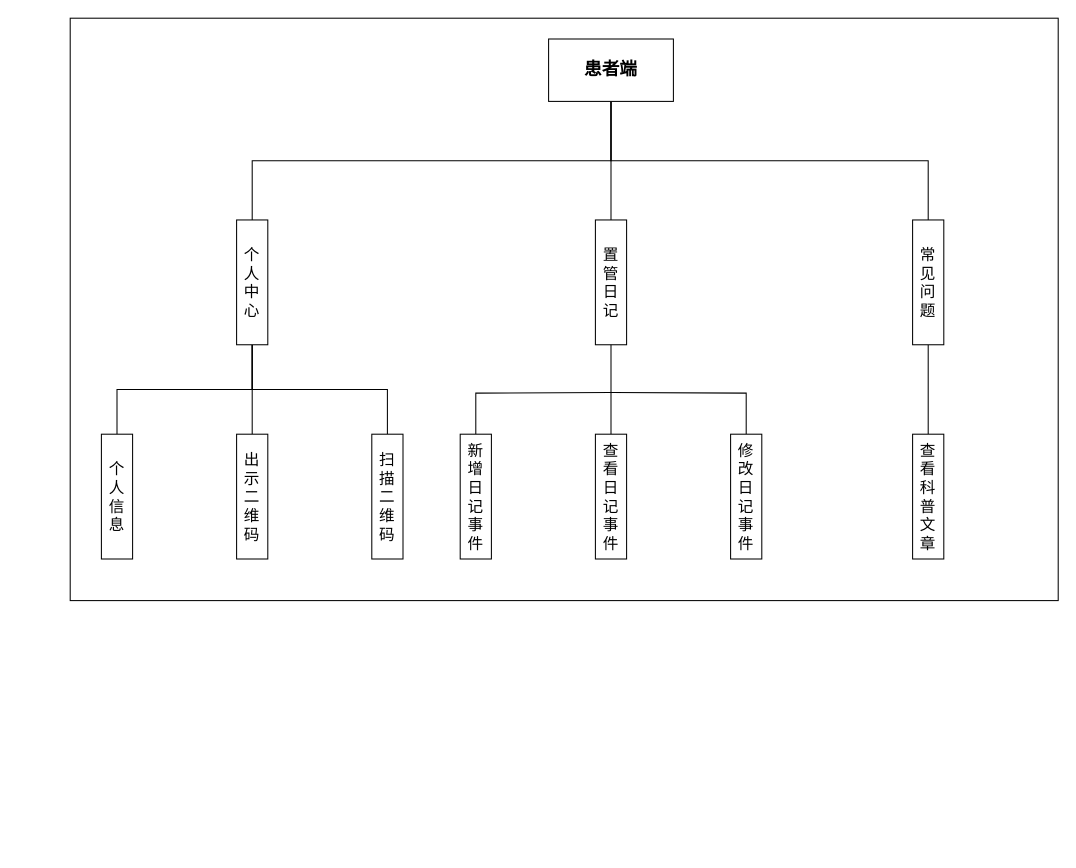
Earlier version of the draw.io diagram 功能图2.drawio (ssssszj/Drawio). Source tidied: cells renumbered, new cells numbered last; positions are measured from the earlier drawing's top-left corner, leaving out a move shared by most shapes. Both pictures are drawn from the tidied source at 104%, with x=0, y=0 at pixel (70, 18).
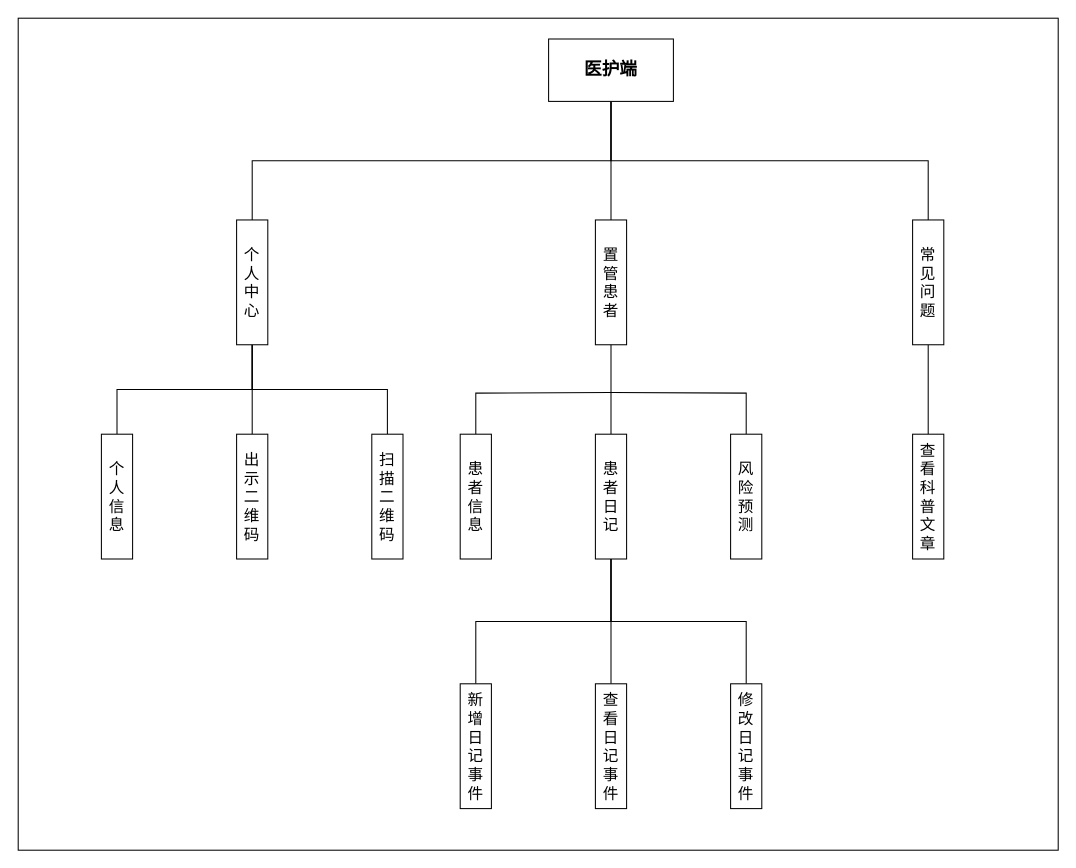
The same diagram, later.

Commit message:
更新功能图2.drawio

What changed in the source:
```diff
@@
     <mxCell id="2" style="rounded=0;whiteSpace=wrap;html=1;strokeColor=default;" parent="1" vertex="1">
-      <mxGeometry width="950" height="560" as="geometry" />
+      <mxGeometry x="-50" width="1000" height="800" as="geometry" />
     </mxCell>
@@
-    <mxCell id="6" value="&lt;font style=&quot;font-size: 17px;&quot;&gt;&lt;b&gt;患者端&lt;/b&gt;&lt;/font&gt;" style="rounded=0;whiteSpace=wrap;html=1;" parent="1" vertex="1">
+    <mxCell id="6" value="&lt;font style=&quot;font-size: 17px;&quot;&gt;&lt;b&gt;医护端&lt;/b&gt;&lt;/font&gt;" style="rounded=0;whiteSpace=wrap;html=1;" parent="1" vertex="1">
       <mxGeometry x="460" y="20" width="120" height="60" as="geometry" />
     </mxCell>
@@
-    <mxCell id="11" value="&lt;font style=&quot;font-size: 15px;&quot;&gt;置管日记&lt;/font&gt;" style="rounded=0;whiteSpace=wrap;html=1;" parent="1" vertex="1">
+    <mxCell id="11" value="&lt;font style=&quot;font-size: 15px;&quot;&gt;置管患者&lt;/font&gt;" style="rounded=0;whiteSpace=wrap;html=1;" parent="1" vertex="1">
       <mxGeometry x="505" y="194" width="30" height="120" as="geometry" />
     </mxCell>
@@
-    <mxCell id="20" value="&lt;font style=&quot;font-size: 15px;&quot;&gt;新增日记事件&lt;/font&gt;" style="rounded=0;whiteSpace=wrap;html=1;" parent="1" vertex="1">
+    <mxCell id="20" value="&lt;font style=&quot;font-size: 15px;&quot;&gt;患者信息&lt;/font&gt;" style="rounded=0;whiteSpace=wrap;html=1;" parent="1" vertex="1">
       <mxGeometry x="375" y="400" width="30" height="120" as="geometry" />
     </mxCell>
+    <mxCell id="24" style="edgeStyle=orthogonalEdgeStyle;rounded=0;jettySize=auto;html=1;exitX=0.5;exitY=1;exitDx=0;exitDy=0;endArrow=none;endFill=0;" parent="1" edge="1" source="21" target="28">
+      <mxGeometry relative="1" as="geometry" />
+    </mxCell>
+    <mxCell id="25" style="edgeStyle=orthogonalEdgeStyle;rounded=0;jettySize=auto;html=1;exitX=0.5;exitY=1;exitDx=0;exitDy=0;entryX=0.5;entryY=0;entryDx=0;entryDy=0;endArrow=none;endFill=0;" parent="1" edge="1" source="21" target="27">
+      <mxGeometry relative="1" as="geometry" />
+    </mxCell>
+    <mxCell id="26" style="edgeStyle=orthogonalEdgeStyle;rounded=0;jettySize=auto;html=1;exitX=0.5;exitY=1;exitDx=0;exitDy=0;entryX=0.5;entryY=0;entryDx=0;entryDy=0;endArrow=none;endFill=0;" parent="1" edge="1" source="21" target="29">
+      <mxGeometry relative="1" as="geometry" />
+    </mxCell>
-    <mxCell id="21" value="&lt;font style=&quot;font-size: 15px;&quot;&gt;查看日记事件&lt;/font&gt;" style="rounded=0;whiteSpace=wrap;html=1;" parent="1" vertex="1">
+    <mxCell id="21" value="&lt;font style=&quot;font-size: 15px;&quot;&gt;患者日记&lt;/font&gt;" style="rounded=0;whiteSpace=wrap;html=1;" parent="1" vertex="1">
       <mxGeometry x="505" y="400" width="30" height="120" as="geometry" />
     </mxCell>
-    <mxCell id="22" value="&lt;font style=&quot;font-size: 15px;&quot;&gt;修改日记事件&lt;/font&gt;" style="rounded=0;whiteSpace=wrap;html=1;" parent="1" vertex="1">
+    <mxCell id="22" value="&lt;font style=&quot;font-size: 15px;&quot;&gt;风险预测&lt;/font&gt;" style="rounded=0;whiteSpace=wrap;html=1;" parent="1" vertex="1">
       <mxGeometry x="635" y="400" width="30" height="120" as="geometry" />
     </mxCell>
@@
+    <mxCell id="27" value="&lt;font style=&quot;font-size: 15px;&quot;&gt;新增日记事件&lt;/font&gt;" style="rounded=0;whiteSpace=wrap;html=1;" parent="1" vertex="1">
+      <mxGeometry x="375" y="640" width="30" height="120" as="geometry" />
+    </mxCell>
+    <mxCell id="28" value="&lt;font style=&quot;font-size: 15px;&quot;&gt;查看日记事件&lt;/font&gt;" style="rounded=0;whiteSpace=wrap;html=1;" parent="1" vertex="1">
+      <mxGeometry x="505" y="640" width="30" height="120" as="geometry" />
+    </mxCell>
+    <mxCell id="29" value="&lt;font style=&quot;font-size: 15px;&quot;&gt;修改日记事件&lt;/font&gt;" style="rounded=0;whiteSpace=wrap;html=1;" parent="1" vertex="1">
+      <mxGeometry x="635" y="640" width="30" height="120" as="geometry" />
+    </mxCell>
```
